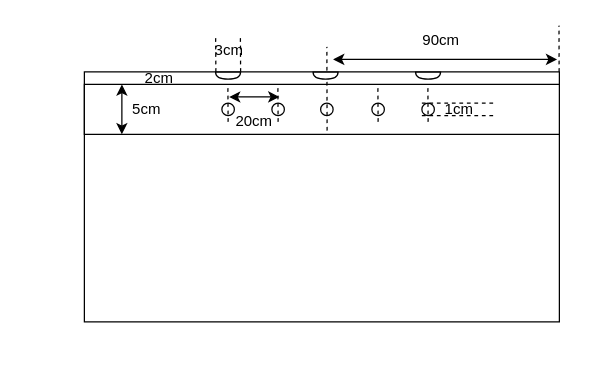
Before: draw.drawio in loveagri/cdn, a draw.io diagram. Source tidied: cells renumbered, new cells numbered last; positions are measured from the earlier drawing's top-left corner, leaving out a move shared by most shapes. Both pictures are drawn from the tidied source at 125%, with x=0, y=0 at pixel (84, 21).
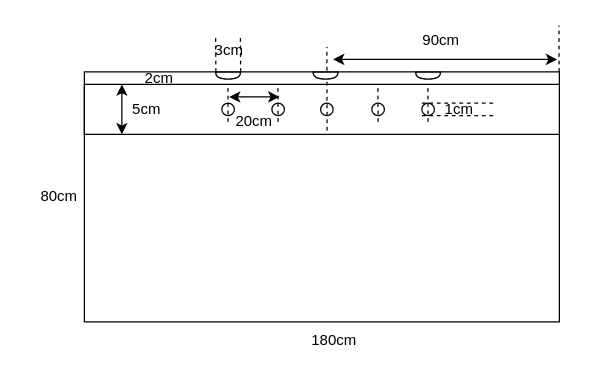
After the change.

The edit, as a diff of the source:
```diff
@@
+    <mxCell id="31" value="80cm" style="text;html=1;align=center;verticalAlign=middle;whiteSpace=wrap;rounded=0;" parent="1" vertex="1">
+      <mxGeometry x="-50" y="125" width="60" height="30" as="geometry" />
+    </mxCell>
+    <mxCell id="32" value="180cm" style="text;html=1;align=center;verticalAlign=middle;whiteSpace=wrap;rounded=0;" parent="1" vertex="1">
+      <mxGeometry x="170" y="240" width="60" height="30" as="geometry" />
+    </mxCell>
```
